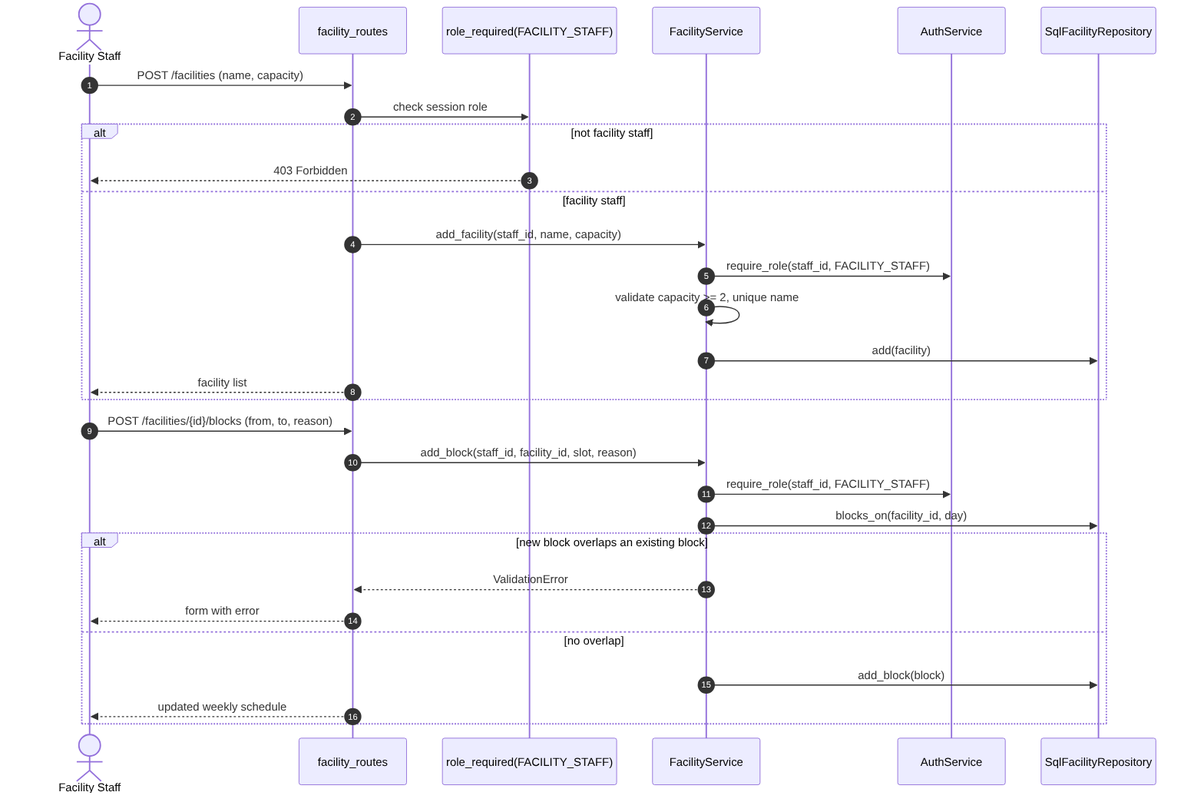
emir-heval-arda-harun/CMPE-331-project keeps this Mermaid diagram as docs/design/sequence/uc08_manage_facility_schedule.png. Above is the earlier version. Its source is kept beside it as docs/design/sequence/uc08_manage_facility_schedule.mmd. Source of this version:
```mermaid
sequenceDiagram
    autonumber
    actor T as Facility Staff
    participant R as facility_routes
    participant SEC as role_required(FACILITY_STAFF)
    participant F as FacilityService
    participant A as AuthService
    participant FR as SqlFacilityRepository

    T->>R: POST /facilities (name, capacity)
    R->>SEC: check session role
    alt not facility staff
        SEC-->>T: 403 Forbidden
    else facility staff
        R->>F: add_facility(staff_id, name, capacity)
        F->>A: require_role(staff_id, FACILITY_STAFF)
        F->>F: validate capacity >= 2, unique name
        F->>FR: add(facility)
        R-->>T: facility list
    end
    T->>R: POST /facilities/{id}/blocks (from, to, reason)
    R->>F: add_block(staff_id, facility_id, slot, reason)
    F->>A: require_role(staff_id, FACILITY_STAFF)
    F->>FR: blocks_on(facility_id, day)
    alt new block overlaps an existing block
        F-->>R: ValidationError
        R-->>T: form with error
    else no overlap
        F->>FR: add_block(block)
        R-->>T: updated weekly schedule
    end
```
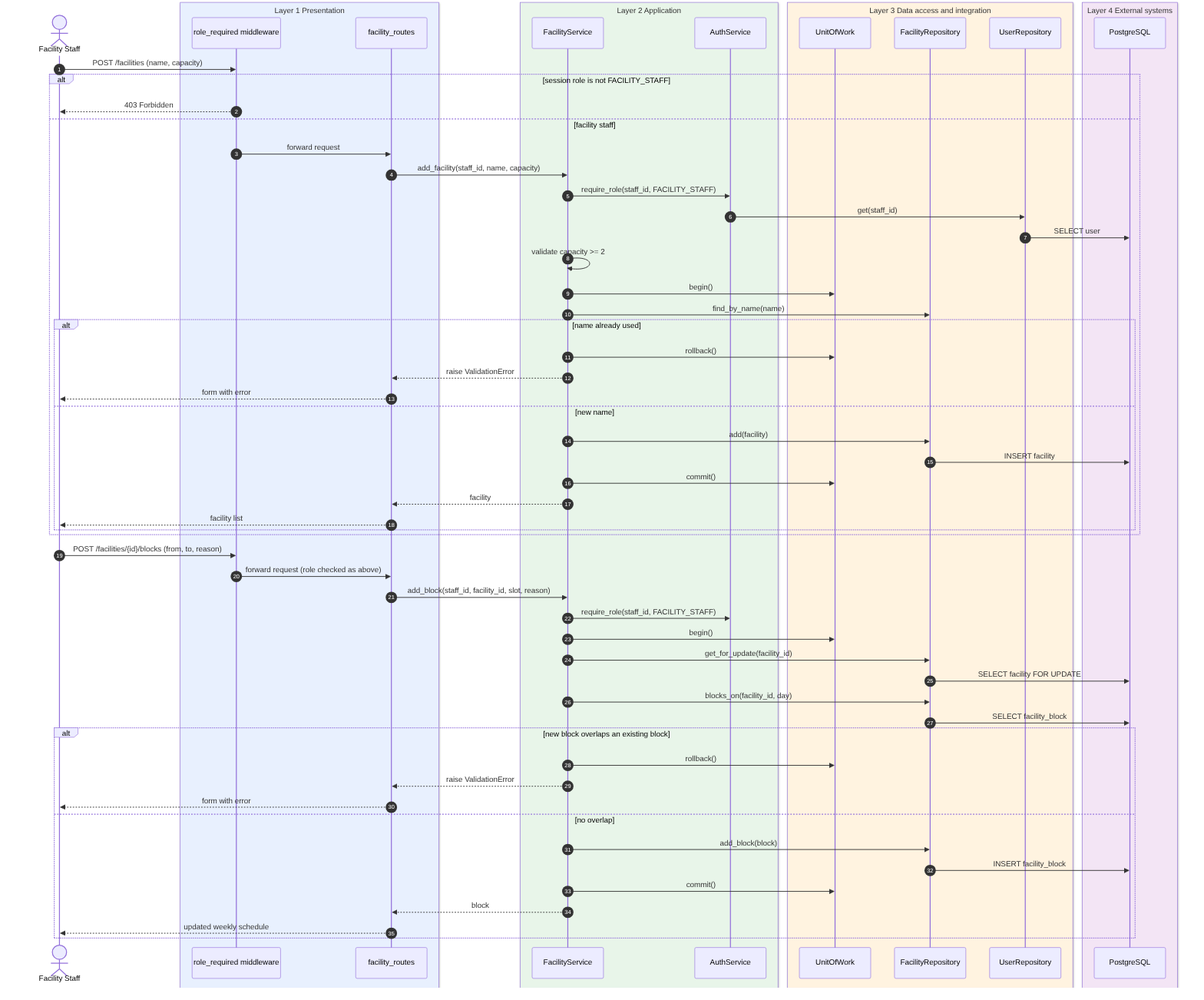
The same file after the commit.

Diff of the diagram source:
```diff
@@ -1,31 +1,65 @@
 sequenceDiagram
     autonumber
     actor T as Facility Staff
-    participant R as facility_routes
-    participant SEC as role_required(FACILITY_STAFF)
-    participant F as FacilityService
-    participant A as AuthService
-    participant FR as SqlFacilityRepository
+    box rgb(232,240,254) Layer 1 Presentation
+        participant SEC as role_required middleware
+        participant R as facility_routes
+    end
+    box rgb(232,245,233) Layer 2 Application
+        participant F as FacilityService
+        participant A as AuthService
+    end
+    box rgb(255,243,224) Layer 3 Data access and integration
+        participant W as UnitOfWork
+        participant FR as FacilityRepository
+        participant U as UserRepository
+    end
+    box rgb(243,229,245) Layer 4 External systems
+        participant DB as PostgreSQL
+    end
 
-    T->>R: POST /facilities (name, capacity)
-    R->>SEC: check session role
-    alt not facility staff
+    T->>SEC: POST /facilities (name, capacity)
+    alt session role is not FACILITY_STAFF
         SEC-->>T: 403 Forbidden
     else facility staff
+        SEC->>R: forward request
         R->>F: add_facility(staff_id, name, capacity)
         F->>A: require_role(staff_id, FACILITY_STAFF)
-        F->>F: validate capacity >= 2, unique name
-        F->>FR: add(facility)
-        R-->>T: facility list
+        A->>U: get(staff_id)
+        U->>DB: SELECT user
+        F->>F: validate capacity >= 2
+        F->>W: begin()
+        F->>FR: find_by_name(name)
+        alt name already used
+            F->>W: rollback()
+            F-->>R: raise ValidationError
+            R-->>T: form with error
+        else new name
+            F->>FR: add(facility)
+            FR->>DB: INSERT facility
+            F->>W: commit()
+            F-->>R: facility
+            R-->>T: facility list
+        end
     end
-    T->>R: POST /facilities/{id}/blocks (from, to, reason)
+
+    T->>SEC: POST /facilities/{id}/blocks (from, to, reason)
+    SEC->>R: forward request (role checked as above)
     R->>F: add_block(staff_id, facility_id, slot, reason)
     F->>A: require_role(staff_id, FACILITY_STAFF)
+    F->>W: begin()
+    F->>FR: get_for_update(facility_id)
+    FR->>DB: SELECT facility FOR UPDATE
     F->>FR: blocks_on(facility_id, day)
+    FR->>DB: SELECT facility_block
     alt new block overlaps an existing block
-        F-->>R: ValidationError
+        F->>W: rollback()
+        F-->>R: raise ValidationError
         R-->>T: form with error
     else no overlap
         F->>FR: add_block(block)
+        FR->>DB: INSERT facility_block
+        F->>W: commit()
+        F-->>R: block
         R-->>T: updated weekly schedule
     end
```
